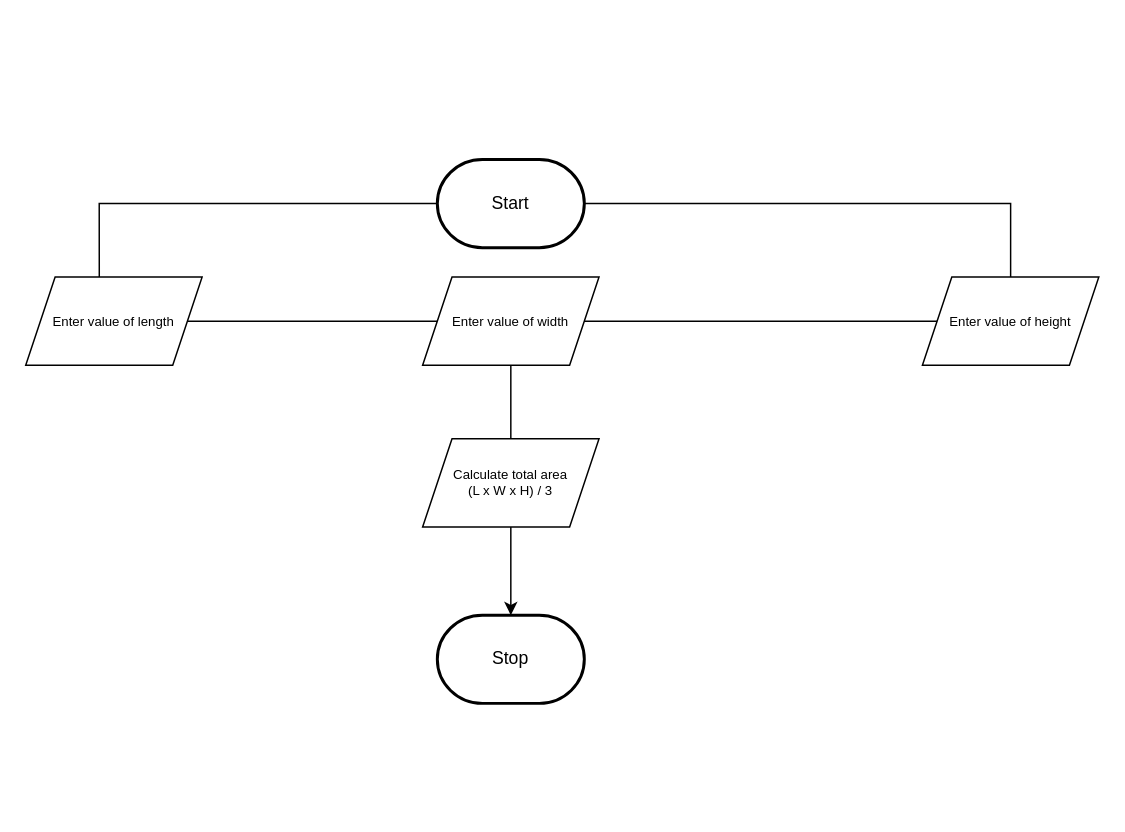
Earlier version of the draw.io diagram design/flowchart.drawio (MTHS-ICS2O-2-2022/ICS2O-Unit-3-02-Yuri-Gabutero24). Source tidied: cells renumbered, new cells numbered last; positions are measured from the earlier drawing's top-left corner, leaving out a move shared by most shapes. Both pictures are drawn from the tidied source at 147%, with x=0, y=0 at pixel (25, 159).
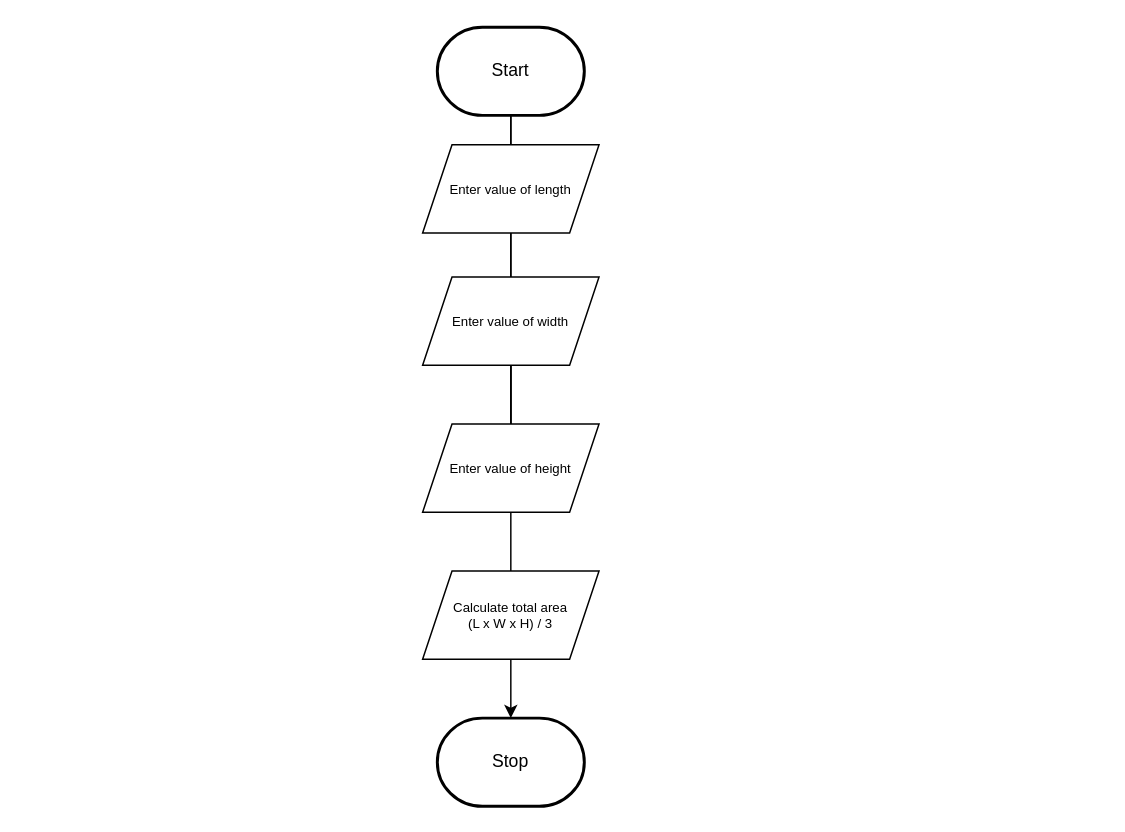
The same page after the edit.

Change to the diagram source:
```diff
@@
 <mxGraphModel>
   <root>
     <mxCell id="0" />
     <mxCell id="1" parent="0" />
     <mxCell id="2" style="edgeStyle=orthogonalEdgeStyle;html=1;rounded=0;startArrow=none;" parent="1" edge="1" source="7" target="5">
       <mxGeometry relative="1" as="geometry" />
     </mxCell>
     <mxCell id="3" style="edgeStyle=orthogonalEdgeStyle;html=1;exitX=0;exitY=0.5;exitDx=0;exitDy=0;exitPerimeter=0;entryX=0.417;entryY=0;entryDx=0;entryDy=0;entryPerimeter=0;rounded=0;endArrow=none;endFill=0;" parent="1" edge="1" source="4" target="9">
-      <mxGeometry relative="1" as="geometry" />
+      <mxGeometry relative="1" as="geometry">
+        <Array as="points">
+          <mxPoint x="330" y="-60" />
+          <mxPoint x="330" y="-10" />
+        </Array>
+      </mxGeometry>
     </mxCell>
     <mxCell id="4" value="Start" style="strokeWidth=2;html=1;shape=mxgraph.flowchart.terminator;whiteSpace=wrap;" parent="1" vertex="1">
-      <mxGeometry x="280" width="100" height="60" as="geometry" />
+      <mxGeometry x="280" y="-90" width="100" height="60" as="geometry" />
     </mxCell>
     <mxCell id="5" value="Stop" style="strokeWidth=2;html=1;shape=mxgraph.flowchart.terminator;whiteSpace=wrap;" parent="1" vertex="1">
-      <mxGeometry x="280" y="310" width="100" height="60" as="geometry" />
+      <mxGeometry x="280" y="380" width="100" height="60" as="geometry" />
     </mxCell>
-    <mxCell id="6" style="edgeStyle=orthogonalEdgeStyle;html=1;rounded=0;endArrow=none;" parent="1" edge="1" source="4" target="7">
+    <mxCell id="6" style="edgeStyle=orthogonalEdgeStyle;html=1;rounded=0;endArrow=none;startArrow=none;" parent="1" edge="1" source="9" target="7">
       <mxGeometry relative="1" as="geometry" />
     </mxCell>
+    <mxCell id="8" style="edgeStyle=orthogonalEdgeStyle;rounded=0;html=1;exitX=1;exitY=0.5;exitDx=0;exitDy=0;endArrow=none;endFill=0;" parent="1" edge="1" source="9" target="10">
+      <mxGeometry relative="1" as="geometry">
+        <Array as="points">
+          <mxPoint x="330" y="20" />
+        </Array>
+      </mxGeometry>
+    </mxCell>
+    <mxCell id="11" value="Calculate total area&lt;br&gt;(L x W x H) / 3" style="shape=parallelogram;perimeter=parallelogramPerimeter;whiteSpace=wrap;html=1;fixedSize=1;fontSize=9;" parent="1" vertex="1">
+      <mxGeometry x="270" y="280" width="120" height="60" as="geometry" />
+    </mxCell>
+    <mxCell id="12" style="edgeStyle=orthogonalEdgeStyle;html=1;rounded=0;startArrow=none;endArrow=none;" parent="1" edge="1" source="7" target="10">
+      <mxGeometry relative="1" as="geometry" />
+    </mxCell>
+    <mxCell id="10" value="&lt;font style=&quot;font-size: 9px;&quot;&gt;Enter value of width&lt;/font&gt;" style="shape=parallelogram;perimeter=parallelogramPerimeter;whiteSpace=wrap;html=1;fixedSize=1;" parent="1" vertex="1">
+      <mxGeometry x="270" y="80" width="120" height="60" as="geometry" />
+    </mxCell>
+    <mxCell id="13" style="edgeStyle=orthogonalEdgeStyle;html=1;rounded=0;endArrow=none;" parent="1" edge="1" source="4" target="9">
+      <mxGeometry relative="1" as="geometry" />
+    </mxCell>
+    <mxCell id="9" value="&lt;font style=&quot;font-size: 9px;&quot;&gt;Enter value of length&lt;/font&gt;" style="shape=parallelogram;perimeter=parallelogramPerimeter;whiteSpace=wrap;html=1;fixedSize=1;" parent="1" vertex="1">
+      <mxGeometry x="270" y="-10" width="120" height="60" as="geometry" />
+    </mxCell>
+    <mxCell id="14" style="edgeStyle=orthogonalEdgeStyle;html=1;rounded=0;startArrow=none;endArrow=none;" parent="1" edge="1" source="10" target="7">
+      <mxGeometry relative="1" as="geometry" />
+    </mxCell>
     <mxCell id="7" value="&lt;font style=&quot;font-size: 9px;&quot;&gt;Enter value of height&lt;/font&gt;" style="shape=parallelogram;perimeter=parallelogramPerimeter;whiteSpace=wrap;html=1;fixedSize=1;" parent="1" vertex="1">
-      <mxGeometry x="610" y="80" width="120" height="60" as="geometry" />
+      <mxGeometry x="270" y="180" width="120" height="60" as="geometry" />
     </mxCell>
-    <mxCell id="8" style="edgeStyle=orthogonalEdgeStyle;rounded=0;html=1;exitX=1;exitY=0.5;exitDx=0;exitDy=0;endArrow=none;endFill=0;" parent="1" edge="1" source="9" target="10">
-      <mxGeometry relative="1" as="geometry" />
-    </mxCell>
-    <mxCell id="9" value="&lt;font style=&quot;font-size: 9px;&quot;&gt;Enter value of length&lt;/font&gt;" style="shape=parallelogram;perimeter=parallelogramPerimeter;whiteSpace=wrap;html=1;fixedSize=1;" parent="1" vertex="1">
-      <mxGeometry y="80" width="120" height="60" as="geometry" />
-    </mxCell>
-    <mxCell id="10" value="&lt;font style=&quot;font-size: 9px;&quot;&gt;Enter value of width&lt;/font&gt;" style="shape=parallelogram;perimeter=parallelogramPerimeter;whiteSpace=wrap;html=1;fixedSize=1;" parent="1" vertex="1">
-      <mxGeometry x="270" y="80" width="120" height="60" as="geometry" />
-    </mxCell>
-    <mxCell id="11" value="Calculate total area&lt;br&gt;(L x W x H) / 3" style="shape=parallelogram;perimeter=parallelogramPerimeter;whiteSpace=wrap;html=1;fixedSize=1;fontSize=9;" parent="1" vertex="1">
-      <mxGeometry x="270" y="190" width="120" height="60" as="geometry" />
-    </mxCell>
   </root>
 </mxGraphModel>
```
